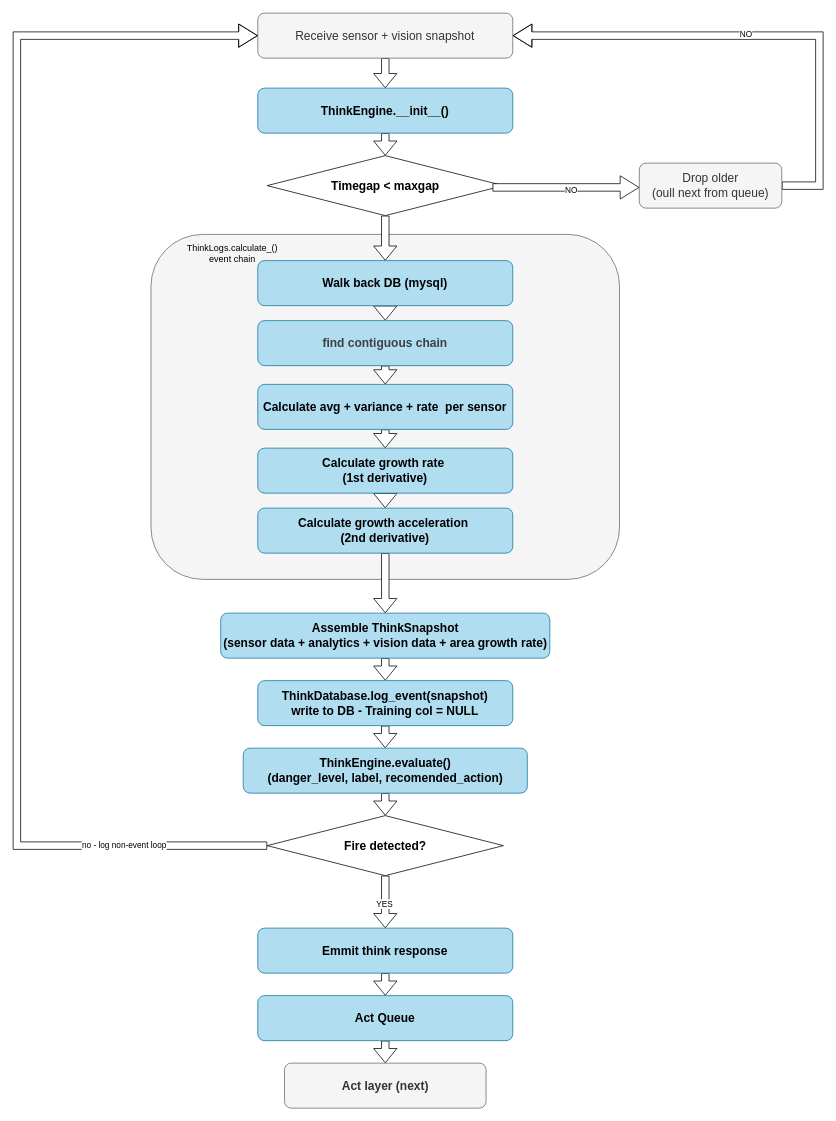
This is architecture/flowchart_think.drawio from maya-fakih/smart_fire_extinguisher, a draw.io file, before an edit. Source tidied: cells renumbered, new cells numbered last; positions are measured from the earlier drawing's top-left corner, leaving out a move shared by most shapes. Both pictures are drawn from the tidied source at 75%, with x=0, y=0 at pixel (16, 13).
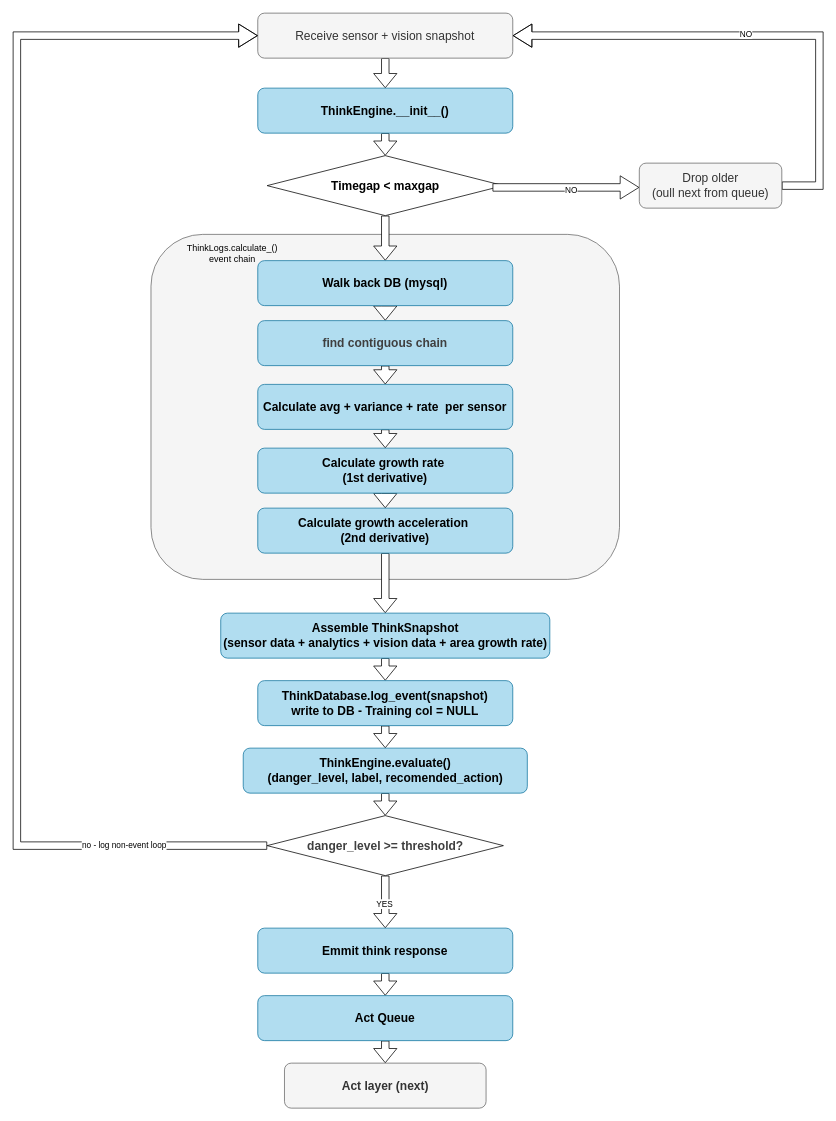
Above is the later version.

The edit, as a diff of the source:
```diff
@@
-    <mxCell id="27" value="&lt;b&gt;&lt;font style=&quot;font-size: 16px;&quot;&gt;Fire detected?&lt;/font&gt;&lt;/b&gt;" style="rhombus;whiteSpace=wrap;html=1;" parent="1" vertex="1">
+    <mxCell id="27" value="&lt;b style=&quot;scrollbar-color: rgb(226, 226, 226) rgb(251, 251, 251); color: rgb(63, 63, 63);&quot;&gt;&lt;font style=&quot;scrollbar-color: rgb(226, 226, 226) rgb(251, 251, 251); font-size: 16px; color: rgb(63, 63, 63);&quot;&gt;danger_level &amp;gt;= threshold?&lt;/font&gt;&lt;/b&gt;" style="rhombus;whiteSpace=wrap;html=1;" parent="1" vertex="1">
       <mxGeometry x="333.7" y="1070" width="315" height="80" as="geometry" />
     </mxCell>
```
